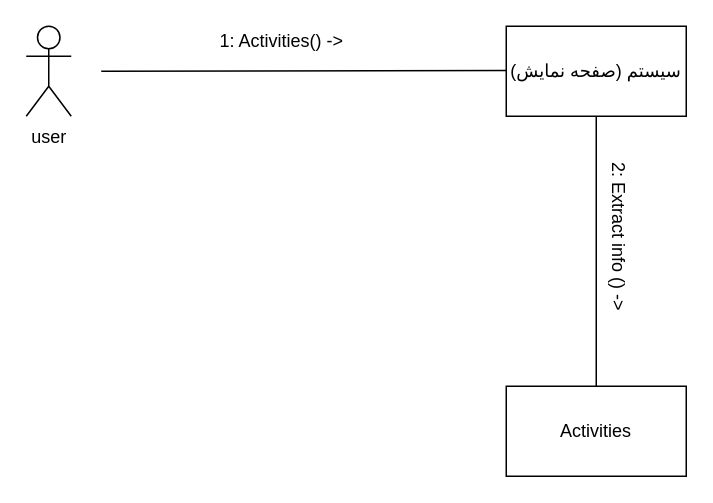
Before: Docs./CommunicationDiagram-Activities.drawio in ShadiMe-flutter/Workout, a draw.io diagram. Source tidied: cells renumbered, new cells numbered last; positions are measured from the earlier drawing's top-left corner, leaving out a move shared by most shapes. Both pictures are drawn from the tidied source at 150%, with x=0, y=0 at pixel (26, 26).
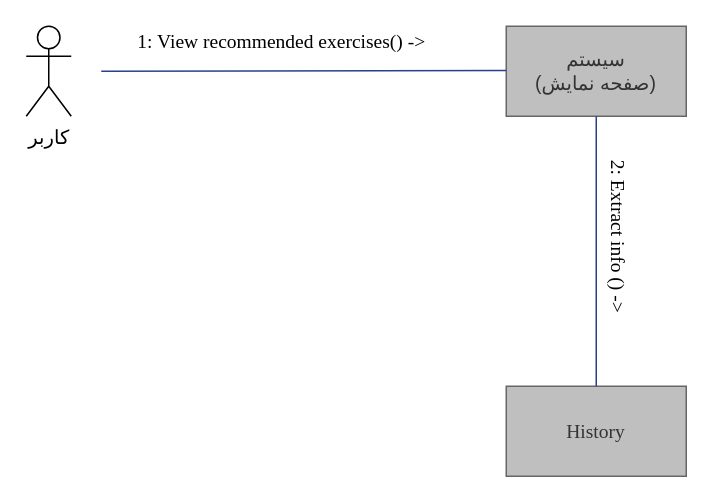
The same page after the edit.

Change to the diagram source:
```diff
@@
 <mxGraphModel>
   <root>
     <mxCell id="0" />
     <mxCell id="1" parent="0" />
-    <mxCell id="2" value="user" style="shape=umlActor;verticalLabelPosition=bottom;verticalAlign=top;html=1;" parent="1" vertex="1">
+    <mxCell id="2" value="&lt;span style=&quot;font-size: 13px&quot;&gt;&lt;font face=&quot;B Zar&quot;&gt;کاربر&lt;/font&gt;&lt;/span&gt;" style="shape=umlActor;verticalLabelPosition=bottom;verticalAlign=top;html=1;" parent="1" vertex="1">
       <mxGeometry width="30" height="60" as="geometry" />
     </mxCell>
-    <mxCell id="3" value="سیستم (صفحه نمایش)" style="rounded=0;whiteSpace=wrap;html=1;" parent="1" vertex="1">
+    <mxCell id="3" value="&lt;font face=&quot;B Zar&quot; style=&quot;font-size: 13px&quot;&gt;سیستم &lt;br&gt;(صفحه نمایش)&lt;/font&gt;" style="rounded=0;whiteSpace=wrap;html=1;strokeColor=#666666;fontColor=#333333;fillColor=#BFBFBF;" parent="1" vertex="1">
       <mxGeometry x="320" width="120" height="60" as="geometry" />
     </mxCell>
-    <mxCell id="4" style="endArrow=none;html=1;" parent="1" edge="1">
+    <mxCell id="4" style="endArrow=none;html=1;strokeColor=#28408E;" parent="1" edge="1">
       <mxGeometry relative="1" as="geometry">
         <mxPoint x="50" y="30" as="sourcePoint" />
         <mxPoint x="320" y="29.5" as="targetPoint" />
       </mxGeometry>
     </mxCell>
-    <mxCell id="5" value="1: Activities() -&amp;gt;" style="text;html=1;align=center;verticalAlign=middle;" parent="1" vertex="1">
-      <mxGeometry x="120" width="100" height="20" as="geometry" />
+    <mxCell id="5" value="&lt;font face=&quot;Times New Roman&quot; style=&quot;font-size: 13px&quot;&gt;1: View recommended exercises() -&amp;gt;&lt;/font&gt;" style="text;html=1;align=center;verticalAlign=middle;" parent="1" vertex="1">
+      <mxGeometry x="65" width="210" height="20" as="geometry" />
     </mxCell>
-    <mxCell id="6" value="Activities" style="rounded=0;whiteSpace=wrap;html=1;" parent="1" vertex="1">
+    <mxCell id="6" value="&lt;font face=&quot;Times New Roman&quot; style=&quot;font-size: 13px&quot;&gt;History&lt;/font&gt;" style="rounded=0;whiteSpace=wrap;html=1;strokeColor=#666666;fontColor=#333333;fillColor=#BFBFBF;" parent="1" vertex="1">
       <mxGeometry x="320" y="240" width="120" height="60" as="geometry" />
     </mxCell>
-    <mxCell id="7" style="endArrow=none;html=1;exitX=0.5;exitY=0;exitDx=0;exitDy=0;entryX=0.5;entryY=1;entryDx=0;entryDy=0;" parent="1" edge="1" source="6" target="3">
+    <mxCell id="7" style="endArrow=none;html=1;exitX=0.5;exitY=0;exitDx=0;exitDy=0;entryX=0.5;entryY=1;entryDx=0;entryDy=0;strokeColor=#28408E;" parent="1" edge="1" source="6" target="3">
       <mxGeometry relative="1" as="geometry" />
     </mxCell>
-    <mxCell id="8" value="2: Extract info () -&amp;gt;" style="text;html=1;align=center;verticalAlign=middle;rotation=90;" parent="1" vertex="1">
-      <mxGeometry x="340" y="130" width="110" height="20" as="geometry" />
+    <mxCell id="8" value="&lt;font face=&quot;Times New Roman&quot; style=&quot;font-size: 13px&quot;&gt;2: Extract info () -&amp;gt;&lt;/font&gt;" style="text;html=1;align=center;verticalAlign=middle;rotation=90;" parent="1" vertex="1">
+      <mxGeometry x="335" y="130" width="120" height="20" as="geometry" />
     </mxCell>
   </root>
 </mxGraphModel>
```
